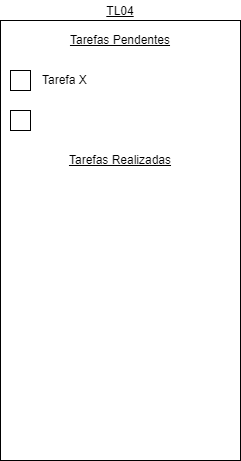
Before: prototipos/TL04.png, a diagram exported from draw.io (Iannarelli/roteiro01). Source tidied: cells renumbered, new cells last; positions are measured from the earlier drawing's top-left corner, leaving out a move shared by most shapes. The source it was exported from:
```xml
<mxGraphModel>
  <root>
    <mxCell id="0" />
    <mxCell id="1" parent="0" />
    <mxCell id="2" style="rounded=0;whiteSpace=wrap;html=1;" parent="1" vertex="1">
      <mxGeometry y="20" width="240" height="440" as="geometry" />
    </mxCell>
    <mxCell id="3" value="Tarefas Pendentes" style="text;html=1;align=center;verticalAlign=middle;whiteSpace=wrap;rounded=0;fontStyle=4;" parent="1" vertex="1">
      <mxGeometry y="20" width="240" height="40" as="geometry" />
    </mxCell>
    <mxCell id="4" value="Tarefa X" style="text;html=1;align=left;verticalAlign=middle;whiteSpace=wrap;rounded=0;" parent="1" vertex="1">
      <mxGeometry x="40" y="60" width="180" height="40" as="geometry" />
    </mxCell>
    <mxCell id="5" style="whiteSpace=wrap;html=1;" parent="1" vertex="1">
      <mxGeometry x="10" y="70" width="20" height="20" as="geometry" />
    </mxCell>
    <mxCell id="6" style="whiteSpace=wrap;html=1;" parent="1" vertex="1">
      <mxGeometry x="10" y="110" width="20" height="20" as="geometry" />
    </mxCell>
    <mxCell id="7" value="Tarefas Realizadas" style="text;html=1;align=center;verticalAlign=middle;whiteSpace=wrap;rounded=0;fontStyle=4;" parent="1" vertex="1">
      <mxGeometry y="140" width="240" height="40" as="geometry" />
    </mxCell>
    <mxCell id="8" value="TL04" style="text;html=1;align=center;verticalAlign=bottom;whiteSpace=wrap;rounded=0;fontStyle=4;" parent="1" vertex="1">
      <mxGeometry width="240" height="20" as="geometry" />
    </mxCell>
  </root>
</mxGraphModel>
```
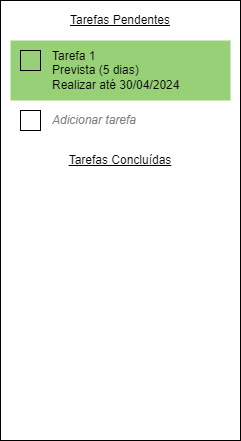
After the commit.

Diff of the diagram source:
```diff
@@ -3,25 +3,28 @@
     <mxCell id="0" />
     <mxCell id="1" parent="0" />
     <mxCell id="2" style="rounded=0;whiteSpace=wrap;html=1;" parent="1" vertex="1">
-      <mxGeometry y="20" width="240" height="440" as="geometry" />
+      <mxGeometry x="780" y="-460" width="240" height="440" as="geometry" />
     </mxCell>
     <mxCell id="3" value="Tarefas Pendentes" style="text;html=1;align=center;verticalAlign=middle;whiteSpace=wrap;rounded=0;fontStyle=4;" parent="1" vertex="1">
-      <mxGeometry y="20" width="240" height="40" as="geometry" />
+      <mxGeometry x="780" y="-460" width="240" height="40" as="geometry" />
     </mxCell>
-    <mxCell id="4" value="Tarefa X" style="text;html=1;align=left;verticalAlign=middle;whiteSpace=wrap;rounded=0;" parent="1" vertex="1">
-      <mxGeometry x="40" y="60" width="180" height="40" as="geometry" />
+    <mxCell id="4" value="Tarefas Concluídas" style="text;html=1;align=center;verticalAlign=middle;whiteSpace=wrap;rounded=0;fontStyle=4;" parent="1" vertex="1">
+      <mxGeometry x="780" y="-320" width="240" height="40" as="geometry" />
     </mxCell>
     <mxCell id="5" style="whiteSpace=wrap;html=1;" parent="1" vertex="1">
-      <mxGeometry x="10" y="70" width="20" height="20" as="geometry" />
+      <mxGeometry x="800" y="-350" width="20" height="20" as="geometry" />
     </mxCell>
-    <mxCell id="6" style="whiteSpace=wrap;html=1;" parent="1" vertex="1">
-      <mxGeometry x="10" y="110" width="20" height="20" as="geometry" />
+    <mxCell id="6" value="&lt;span&gt;Adicionar tarefa&lt;/span&gt;" style="text;html=1;align=left;verticalAlign=middle;whiteSpace=wrap;rounded=0;fontStyle=2;fontColor=#808080;" parent="1" vertex="1">
+      <mxGeometry x="830" y="-350" width="170" height="20" as="geometry" />
     </mxCell>
-    <mxCell id="7" value="Tarefas Realizadas" style="text;html=1;align=center;verticalAlign=middle;whiteSpace=wrap;rounded=0;fontStyle=4;" parent="1" vertex="1">
-      <mxGeometry y="140" width="240" height="40" as="geometry" />
+    <mxCell id="7" style="rounded=0;whiteSpace=wrap;html=1;fillColor=#97D077;strokeColor=none;gradientColor=none;" parent="1" vertex="1">
+      <mxGeometry x="790" y="-420" width="220" height="60" as="geometry" />
     </mxCell>
-    <mxCell id="8" value="TL04" style="text;html=1;align=center;verticalAlign=bottom;whiteSpace=wrap;rounded=0;fontStyle=4;" parent="1" vertex="1">
-      <mxGeometry width="240" height="20" as="geometry" />
+    <mxCell id="8" style="whiteSpace=wrap;html=1;fillColor=none;strokeColor=#000000;" parent="1" vertex="1">
+      <mxGeometry x="800" y="-410" width="20" height="20" as="geometry" />
     </mxCell>
+    <mxCell id="9" value="&lt;span style=&quot;font-style: normal;&quot;&gt;&lt;font&gt;Tarefa 1&lt;br&gt;Prevista (5 dias)&lt;br&gt;Realizar até 30/04/2024&lt;br&gt;&lt;/font&gt;&lt;/span&gt;" style="text;html=1;align=left;verticalAlign=middle;whiteSpace=wrap;rounded=0;fontStyle=2;fontColor=#000000;" parent="1" vertex="1">
+      <mxGeometry x="830" y="-410" width="170" height="40" as="geometry" />
+    </mxCell>
   </root>
 </mxGraphModel>
```
